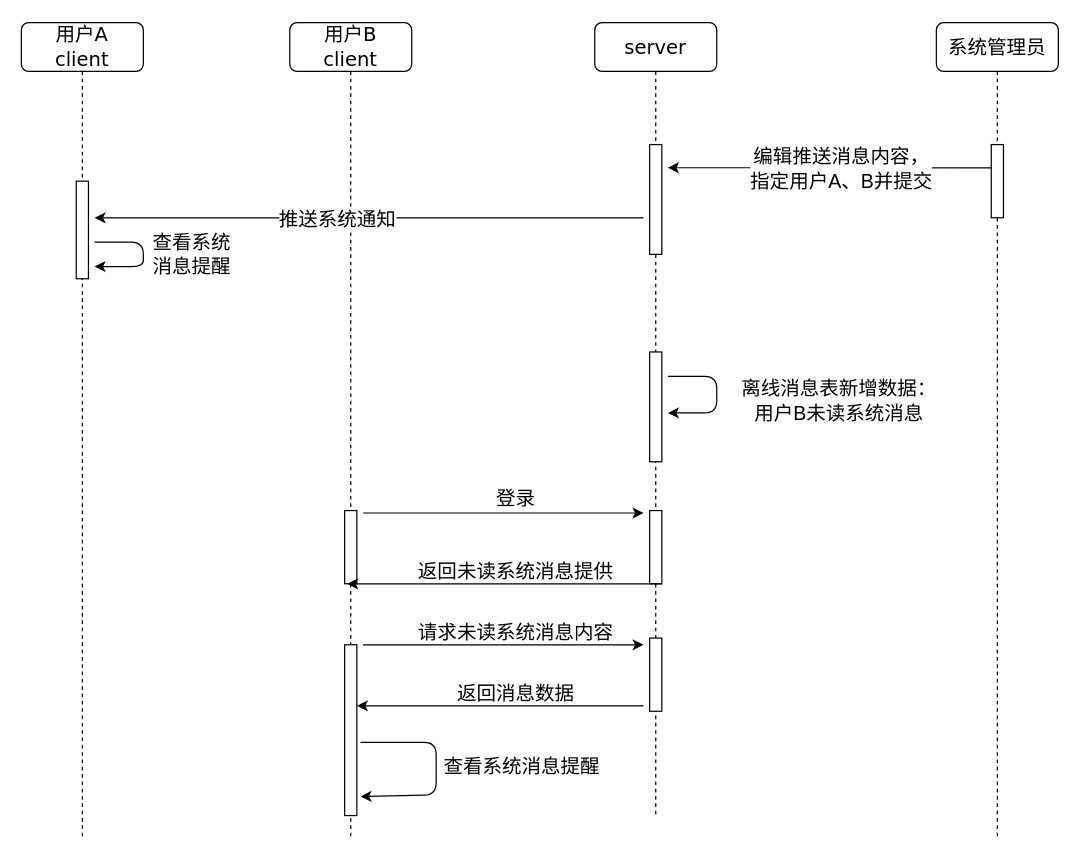
Earlier version of the draw.io diagram 系统消息推送.drawio (Whistle1988/code). Source tidied: cells renumbered, new cells numbered last; positions are measured from the earlier drawing's top-left corner, leaving out a move shared by most shapes. Both pictures are drawn from the tidied source at 122%, with x=0, y=0 at pixel (21, 22).
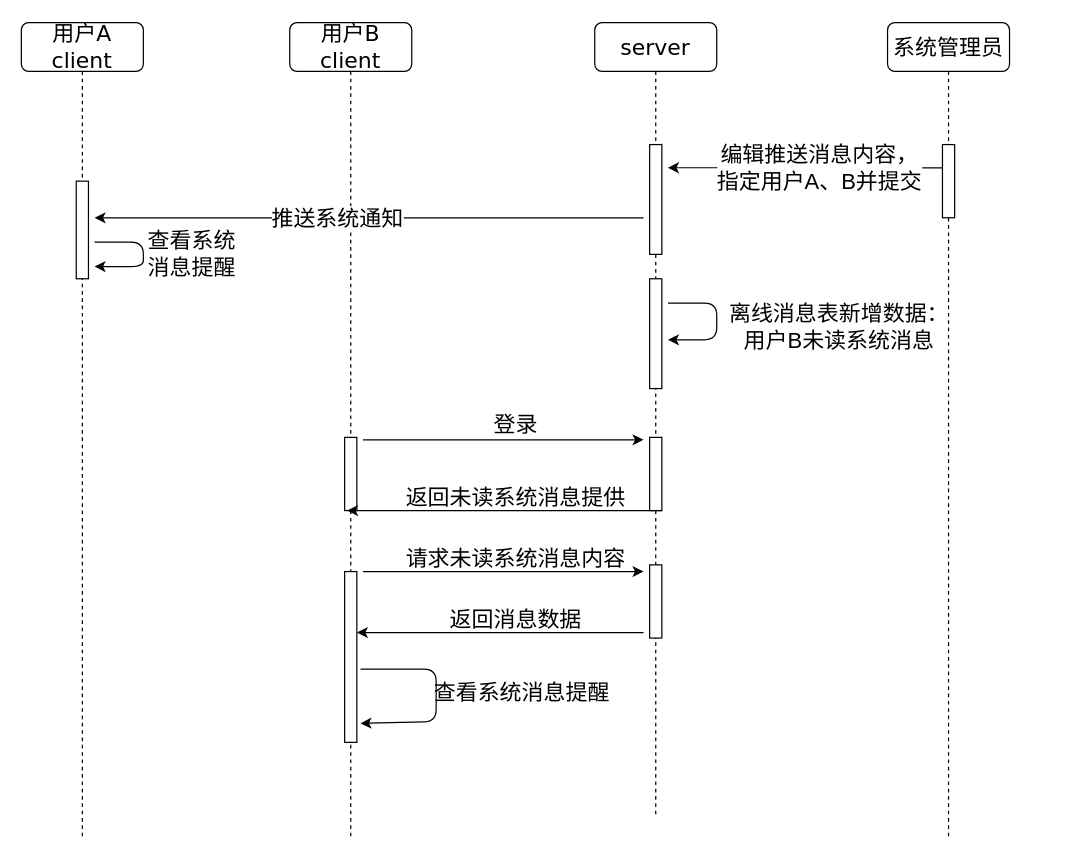
The same page after the edit.

Commit message:
Update 系统消息推送.drawio

Diff of the diagram source:
```diff
@@
-    <mxCell id="2" value="server" style="shape=umlLifeline;perimeter=lifelinePerimeter;whiteSpace=wrap;html=1;rounded=1;shadow=0;comic=0;labelBackgroundColor=none;strokeWidth=1;fontFamily=Verdana;fontSize=16;align=center;" parent="1" vertex="1">
+    <mxCell id="2" value="server" style="shape=umlLifeline;perimeter=lifelinePerimeter;whiteSpace=wrap;html=1;rounded=1;shadow=0;comic=0;labelBackgroundColor=none;strokeWidth=1;fontFamily=Verdana;fontSize=18;align=center;" parent="1" vertex="1">
       <mxGeometry x="470" width="100" height="650" as="geometry" />
     </mxCell>
-    <mxCell id="3" style="html=1;perimeter=orthogonalPerimeter;rounded=0;shadow=0;comic=0;labelBackgroundColor=none;strokeWidth=1;fontFamily=Verdana;fontSize=16;align=center;" parent="2" vertex="1">
+    <mxCell id="3" style="html=1;perimeter=orthogonalPerimeter;rounded=0;shadow=0;comic=0;labelBackgroundColor=none;strokeWidth=1;fontFamily=Verdana;fontSize=18;align=center;" parent="2" vertex="1">
       <mxGeometry x="45" y="100" width="10" height="90" as="geometry" />
     </mxCell>
-    <mxCell id="4" style="html=1;perimeter=orthogonalPerimeter;rounded=0;shadow=0;comic=0;labelBackgroundColor=none;strokeWidth=1;fontFamily=Verdana;fontSize=16;align=center;" parent="2" vertex="1">
-      <mxGeometry x="45" y="270" width="10" height="90" as="geometry" />
+    <mxCell id="4" style="html=1;perimeter=orthogonalPerimeter;rounded=0;shadow=0;comic=0;labelBackgroundColor=none;strokeWidth=1;fontFamily=Verdana;fontSize=18;align=center;" parent="2" vertex="1">
+      <mxGeometry x="45" y="210" width="10" height="90" as="geometry" />
     </mxCell>
-    <mxCell id="5" style="html=1;points=[];perimeter=orthogonalPerimeter;rounded=0;shadow=0;comic=0;labelBackgroundColor=none;strokeWidth=1;fontFamily=Verdana;fontSize=16;align=center;" parent="2" vertex="1">
-      <mxGeometry x="45" y="400" width="10" height="60" as="geometry" />
+    <mxCell id="5" style="html=1;points=[];perimeter=orthogonalPerimeter;rounded=0;shadow=0;comic=0;labelBackgroundColor=none;strokeWidth=1;fontFamily=Verdana;fontSize=18;align=center;" parent="2" vertex="1">
+      <mxGeometry x="45" y="340" width="10" height="60" as="geometry" />
     </mxCell>
-    <mxCell id="6" style="html=1;perimeter=orthogonalPerimeter;rounded=0;shadow=0;comic=0;labelBackgroundColor=none;strokeWidth=1;fontFamily=Verdana;fontSize=16;align=center;" parent="2" vertex="1">
-      <mxGeometry x="45" y="504.5" width="10" height="60" as="geometry" />
+    <mxCell id="6" style="html=1;perimeter=orthogonalPerimeter;rounded=0;shadow=0;comic=0;labelBackgroundColor=none;strokeWidth=1;fontFamily=Verdana;fontSize=18;align=center;" parent="2" vertex="1">
+      <mxGeometry x="45" y="444.5" width="10" height="60" as="geometry" />
     </mxCell>
-    <mxCell id="7" value="用户B&lt;br style=&quot;font-size: 16px;&quot;&gt;client" style="shape=umlLifeline;perimeter=lifelinePerimeter;whiteSpace=wrap;html=1;rounded=1;shadow=0;comic=0;labelBackgroundColor=none;strokeWidth=1;fontFamily=Verdana;fontSize=16;align=center;" parent="1" vertex="1">
+    <mxCell id="7" value="用户B&lt;br style=&quot;font-size: 18px;&quot;&gt;client" style="shape=umlLifeline;perimeter=lifelinePerimeter;whiteSpace=wrap;html=1;rounded=1;shadow=0;comic=0;labelBackgroundColor=none;strokeWidth=1;fontFamily=Verdana;fontSize=18;align=center;" parent="1" vertex="1">
       <mxGeometry x="220" width="100" height="670" as="geometry" />
     </mxCell>
-    <mxCell id="8" style="html=1;points=[];perimeter=orthogonalPerimeter;rounded=0;shadow=0;comic=0;labelBackgroundColor=none;strokeWidth=1;fontFamily=Verdana;fontSize=16;align=center;" parent="7" vertex="1">
-      <mxGeometry x="45" y="400" width="10" height="60" as="geometry" />
+    <mxCell id="8" style="html=1;points=[];perimeter=orthogonalPerimeter;rounded=0;shadow=0;comic=0;labelBackgroundColor=none;strokeWidth=1;fontFamily=Verdana;fontSize=18;align=center;" parent="7" vertex="1">
+      <mxGeometry x="45" y="340" width="10" height="60" as="geometry" />
     </mxCell>
-    <mxCell id="9" value="用户A&lt;br style=&quot;font-size: 16px;&quot;&gt;client" style="shape=umlLifeline;perimeter=lifelinePerimeter;whiteSpace=wrap;html=1;rounded=1;shadow=0;comic=0;labelBackgroundColor=none;strokeWidth=1;fontFamily=Verdana;fontSize=16;align=center;" parent="1" vertex="1">
+    <mxCell id="9" value="用户A&lt;br style=&quot;font-size: 18px;&quot;&gt;client" style="shape=umlLifeline;perimeter=lifelinePerimeter;whiteSpace=wrap;html=1;rounded=1;shadow=0;comic=0;labelBackgroundColor=none;strokeWidth=1;fontFamily=Verdana;fontSize=18;align=center;" parent="1" vertex="1">
       <mxGeometry width="100" height="670" as="geometry" />
     </mxCell>
-    <mxCell id="10" style="html=1;perimeter=orthogonalPerimeter;rounded=0;shadow=0;comic=0;labelBackgroundColor=none;strokeWidth=1;fontFamily=Verdana;fontSize=16;align=center;" parent="9" vertex="1">
+    <mxCell id="10" style="html=1;perimeter=orthogonalPerimeter;rounded=0;shadow=0;comic=0;labelBackgroundColor=none;strokeWidth=1;fontFamily=Verdana;fontSize=18;align=center;" parent="9" vertex="1">
       <mxGeometry x="45" y="130" width="10" height="80" as="geometry" />
     </mxCell>
-    <mxCell id="11" style="endArrow=classic;html=1;fontSize=16;" parent="1" edge="1">
+    <mxCell id="11" style="endArrow=classic;html=1;fontSize=18;" parent="1" edge="1">
       <mxGeometry relative="1" as="geometry">
         <mxPoint x="60" y="180" as="sourcePoint" />
         <mxPoint x="60" y="200" as="targetPoint" />
         <Array as="points">
           <mxPoint x="100" y="180" />
           <mxPoint x="100" y="200" />
         </Array>
       </mxGeometry>
     </mxCell>
-    <mxCell id="12" value="离线消息表新增数据：&lt;br style=&quot;font-size: 16px;&quot;&gt;用户B未读系统消息" style="text;html=1;align=center;verticalAlign=middle;fontSize=16;" parent="1" vertex="1">
-      <mxGeometry x="580" y="290" width="180" height="40" as="geometry" />
+    <mxCell id="12" value="离线消息表新增数据：&lt;br style=&quot;font-size: 18px;&quot;&gt;用户B未读系统消息" style="text;html=1;align=center;verticalAlign=middle;fontSize=18;" parent="1" vertex="1">
+      <mxGeometry x="570" y="225" width="200" height="50" as="geometry" />
     </mxCell>
-    <mxCell id="13" style="endArrow=classic;html=1;fontSize=16;" parent="1" edge="1">
+    <mxCell id="13" style="endArrow=classic;html=1;fontSize=18;" parent="1" edge="1">
       <mxGeometry relative="1" as="geometry">
-        <mxPoint x="280" y="402" as="sourcePoint" />
-        <mxPoint x="510" y="402" as="targetPoint" />
+        <mxPoint x="280" y="342" as="sourcePoint" />
+        <mxPoint x="510" y="342" as="targetPoint" />
       </mxGeometry>
     </mxCell>
-    <mxCell id="14" value="登录" style="text;html=1;align=center;verticalAlign=middle;fontSize=16;" parent="1" vertex="1">
-      <mxGeometry x="380" y="380" width="50" height="20" as="geometry" />
+    <mxCell id="14" value="登录" style="text;html=1;align=center;verticalAlign=middle;fontSize=18;" parent="1" vertex="1">
+      <mxGeometry x="380" y="315" width="50" height="30" as="geometry" />
     </mxCell>
-    <mxCell id="15" style="endArrow=classic;html=1;exitX=1;exitY=1;exitDx=0;exitDy=0;exitPerimeter=0;entryX=0.2;entryY=1;entryDx=0;entryDy=0;entryPerimeter=0;fontSize=16;" parent="1" edge="1" source="5" target="8">
+    <mxCell id="15" style="endArrow=classic;html=1;exitX=1;exitY=1;exitDx=0;exitDy=0;exitPerimeter=0;entryX=0.2;entryY=1;entryDx=0;entryDy=0;entryPerimeter=0;fontSize=18;" parent="1" edge="1" source="5" target="8">
       <mxGeometry relative="1" as="geometry" />
     </mxCell>
-    <mxCell id="16" value="返回未读系统消息提供" style="text;html=1;align=center;verticalAlign=middle;fontSize=16;" parent="1" vertex="1">
-      <mxGeometry x="315" y="440" width="180" height="20" as="geometry" />
+    <mxCell id="16" value="返回未读系统消息提供" style="text;html=1;align=center;verticalAlign=middle;fontSize=18;" parent="1" vertex="1">
+      <mxGeometry x="305" y="375" width="200" height="30" as="geometry" />
     </mxCell>
-    <mxCell id="17" style="html=1;points=[];perimeter=orthogonalPerimeter;rounded=0;shadow=0;comic=0;labelBackgroundColor=none;strokeWidth=1;fontFamily=Verdana;fontSize=16;align=center;" parent="1" vertex="1">
-      <mxGeometry x="265" y="510" width="10" height="140" as="geometry" />
+    <mxCell id="17" style="html=1;points=[];perimeter=orthogonalPerimeter;rounded=0;shadow=0;comic=0;labelBackgroundColor=none;strokeWidth=1;fontFamily=Verdana;fontSize=18;align=center;" parent="1" vertex="1">
+      <mxGeometry x="265" y="450" width="10" height="140" as="geometry" />
     </mxCell>
-    <mxCell id="18" style="edgeStyle=orthogonalEdgeStyle;rounded=0;jettySize=auto;html=1;fontSize=16;" parent="1" edge="1" target="17">
+    <mxCell id="18" style="edgeStyle=orthogonalEdgeStyle;rounded=0;jettySize=auto;html=1;fontSize=18;" parent="1" edge="1" target="17">
       <mxGeometry relative="1" as="geometry">
-        <mxPoint x="510" y="560" as="sourcePoint" />
+        <mxPoint x="510" y="500" as="sourcePoint" />
         <Array as="points">
-          <mxPoint x="510" y="560" />
-          <mxPoint x="510" y="560" />
+          <mxPoint x="510" y="500" />
+          <mxPoint x="510" y="500" />
         </Array>
       </mxGeometry>
     </mxCell>
-    <mxCell id="19" style="endArrow=classic;html=1;fontSize=16;" parent="1" edge="1">
+    <mxCell id="19" style="endArrow=classic;html=1;fontSize=18;" parent="1" edge="1">
       <mxGeometry relative="1" as="geometry">
-        <mxPoint x="280" y="510" as="sourcePoint" />
-        <mxPoint x="510" y="510" as="targetPoint" />
+        <mxPoint x="280" y="450" as="sourcePoint" />
+        <mxPoint x="510" y="450" as="targetPoint" />
       </mxGeometry>
     </mxCell>
-    <mxCell id="20" style="endArrow=classic;html=1;entryX=1.3;entryY=0.889;entryDx=0;entryDy=0;entryPerimeter=0;fontSize=16;" parent="1" edge="1" target="17">
+    <mxCell id="20" style="endArrow=classic;html=1;entryX=1.3;entryY=0.889;entryDx=0;entryDy=0;entryPerimeter=0;fontSize=18;" parent="1" edge="1" target="17">
       <mxGeometry relative="1" as="geometry">
-        <mxPoint x="278" y="590" as="sourcePoint" />
+        <mxPoint x="278" y="530" as="sourcePoint" />
         <Array as="points">
-          <mxPoint x="310" y="590" />
-          <mxPoint x="340" y="590" />
-          <mxPoint x="340" y="633" />
+          <mxPoint x="310" y="530" />
+          <mxPoint x="340" y="530" />
+          <mxPoint x="340" y="573" />
         </Array>
       </mxGeometry>
     </mxCell>
-    <mxCell id="21" value="请求未读系统消息内容" style="text;html=1;align=center;verticalAlign=middle;fontSize=16;" parent="1" vertex="1">
-      <mxGeometry x="315" y="490" width="180" height="20" as="geometry" />
+    <mxCell id="21" value="请求未读系统消息内容" style="text;html=1;align=center;verticalAlign=middle;fontSize=18;" parent="1" vertex="1">
+      <mxGeometry x="305" y="425" width="200" height="30" as="geometry" />
     </mxCell>
-    <mxCell id="22" value="查看系统消息提醒" style="text;html=1;align=center;verticalAlign=middle;fontSize=16;" parent="1" vertex="1">
-      <mxGeometry x="340" y="600" width="140" height="20" as="geometry" />
+    <mxCell id="22" value="查看系统消息提醒" style="text;html=1;align=center;verticalAlign=middle;fontSize=18;" parent="1" vertex="1">
+      <mxGeometry x="330" y="535" width="160" height="30" as="geometry" />
     </mxCell>
-    <mxCell id="23" value="返回消息数据" style="text;html=1;align=center;verticalAlign=middle;fontSize=16;" parent="1" vertex="1">
-      <mxGeometry x="350" y="540" width="110" height="20" as="geometry" />
+    <mxCell id="23" value="返回消息数据" style="text;html=1;align=center;verticalAlign=middle;fontSize=18;" parent="1" vertex="1">
+      <mxGeometry x="345" y="475" width="120" height="30" as="geometry" />
     </mxCell>
-    <mxCell id="24" value="系统管理员" style="shape=umlLifeline;perimeter=lifelinePerimeter;whiteSpace=wrap;html=1;rounded=1;shadow=0;comic=0;labelBackgroundColor=none;strokeWidth=1;fontFamily=Verdana;fontSize=16;align=center;" parent="1" vertex="1">
-      <mxGeometry x="750" width="100" height="670" as="geometry" />
+    <mxCell id="24" value="系统管理员" style="shape=umlLifeline;perimeter=lifelinePerimeter;whiteSpace=wrap;html=1;rounded=1;shadow=0;comic=0;labelBackgroundColor=none;strokeWidth=1;fontFamily=Verdana;fontSize=18;align=center;" parent="1" vertex="1">
+      <mxGeometry x="710" width="100" height="670" as="geometry" />
     </mxCell>
-    <mxCell id="25" style="html=1;points=[];perimeter=orthogonalPerimeter;rounded=0;shadow=0;comic=0;labelBackgroundColor=none;strokeWidth=1;fontFamily=Verdana;fontSize=16;align=center;" parent="24" vertex="1">
+    <mxCell id="25" style="html=1;points=[];perimeter=orthogonalPerimeter;rounded=0;shadow=0;comic=0;labelBackgroundColor=none;strokeWidth=1;fontFamily=Verdana;fontSize=18;align=center;" parent="24" vertex="1">
       <mxGeometry x="45" y="100" width="10" height="60" as="geometry" />
     </mxCell>
-    <mxCell id="26" style="endArrow=classic;html=1;exitX=0;exitY=0.317;exitDx=0;exitDy=0;exitPerimeter=0;fontSize=16;" parent="1" edge="1" source="25">
+    <mxCell id="26" style="endArrow=classic;html=1;exitX=0;exitY=0.317;exitDx=0;exitDy=0;exitPerimeter=0;fontSize=18;" parent="1" edge="1" source="25">
       <mxGeometry relative="1" as="geometry">
         <mxPoint x="530" y="119" as="targetPoint" />
       </mxGeometry>
     </mxCell>
-    <mxCell id="27" value="编辑推送消息内容，&lt;br&gt;指定用户A、B并提交" style="edgeLabel;html=1;align=center;verticalAlign=middle;fontSize=16;" parent="26" vertex="1">
+    <mxCell id="27" value="编辑推送消息内容，&lt;br style=&quot;font-size: 18px;&quot;&gt;指定用户A、B并提交" style="edgeLabel;html=1;align=center;verticalAlign=middle;fontSize=18;" parent="26" vertex="1">
       <mxGeometry x="0.12" relative="1" as="geometry">
         <mxPoint x="24" as="offset" />
       </mxGeometry>
     </mxCell>
-    <mxCell id="28" style="endArrow=classic;html=1;fontSize=16;" parent="1" edge="1">
+    <mxCell id="28" style="endArrow=classic;html=1;fontSize=18;" parent="1" edge="1">
       <mxGeometry relative="1" as="geometry">
         <mxPoint x="510" y="160" as="sourcePoint" />
         <mxPoint x="60" y="160" as="targetPoint" />
       </mxGeometry>
     </mxCell>
-    <mxCell id="29" value="推送系统通知" style="edgeLabel;html=1;align=center;verticalAlign=middle;fontSize=16;" parent="28" vertex="1">
+    <mxCell id="29" value="推送系统通知" style="edgeLabel;html=1;align=center;verticalAlign=middle;fontSize=18;" parent="28" vertex="1">
       <mxGeometry x="0.12" relative="1" as="geometry" />
     </mxCell>
-    <mxCell id="30" value="查看系统消息提醒" style="text;html=1;strokeColor=none;fillColor=none;align=center;verticalAlign=middle;whiteSpace=wrap;rounded=0;fontSize=16;" parent="1" vertex="1">
+    <mxCell id="30" value="查看系统消息提醒" style="text;html=1;strokeColor=none;fillColor=none;align=center;verticalAlign=middle;whiteSpace=wrap;rounded=0;fontSize=18;" parent="1" vertex="1">
       <mxGeometry x="100" y="180" width="80" height="20" as="geometry" />
     </mxCell>
-    <mxCell id="31" style="endArrow=classic;html=1;fontSize=16;" parent="1" edge="1">
+    <mxCell id="31" style="endArrow=classic;html=1;fontSize=18;" parent="1" edge="1">
       <mxGeometry relative="1" as="geometry">
-        <mxPoint x="530" y="290" as="sourcePoint" />
-        <mxPoint x="530" y="320" as="targetPoint" />
+        <mxPoint x="530" y="230" as="sourcePoint" />
+        <mxPoint x="530" y="260" as="targetPoint" />
         <Array as="points">
-          <mxPoint x="570" y="290" />
-          <mxPoint x="570" y="320" />
+          <mxPoint x="570" y="230" />
+          <mxPoint x="570" y="260" />
         </Array>
       </mxGeometry>
     </mxCell>
```
